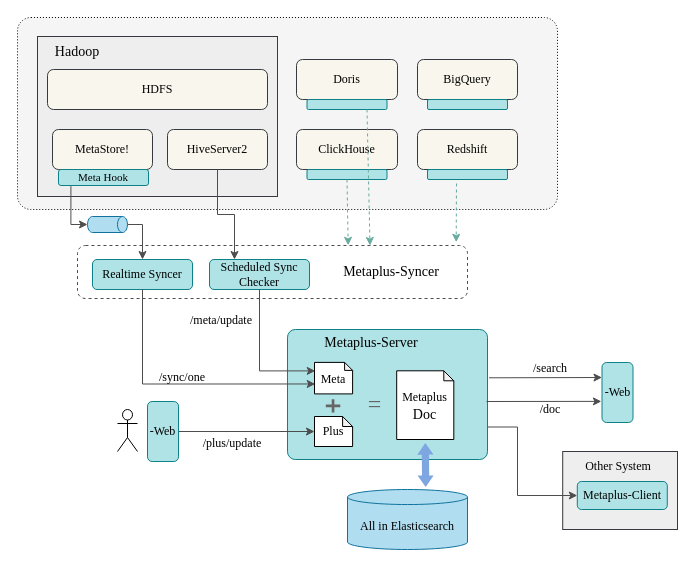
The draw.io diagram draws/metaplus_arch.drawio in hannyu/metaplus.plus, before the edit. Source tidied: cells renumbered, new cells numbered last; positions are measured from the earlier drawing's top-left corner, leaving out a move shared by most shapes. Both pictures are drawn from the tidied source at 100%, with x=0, y=0 at pixel (17, 17).
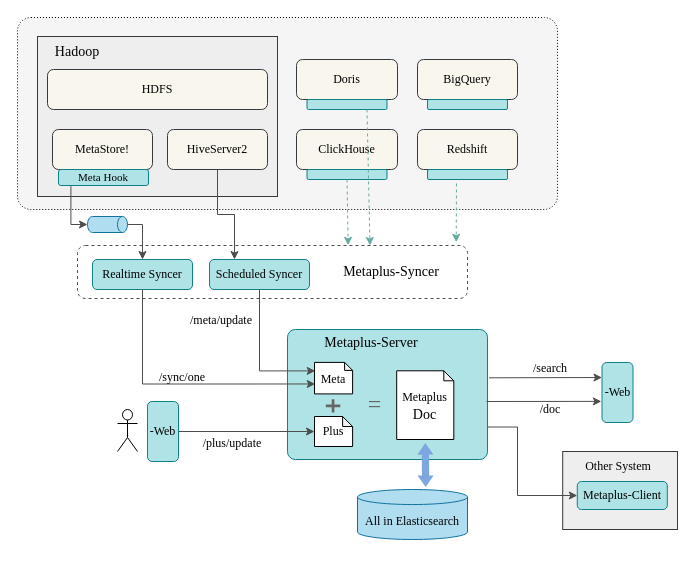
The same page after the edit.

What changed in the source:
```diff
@@
-    <mxCell id="14" value="Scheduled Sync Checker" style="rounded=1;whiteSpace=wrap;html=1;fillColor=#b0e3e6;strokeColor=#0e8088;fontFamily=Times New Roman;" parent="1" vertex="1">
+    <mxCell id="14" value="Scheduled Syncer" style="rounded=1;whiteSpace=wrap;html=1;fillColor=#b0e3e6;strokeColor=#0e8088;fontFamily=Times New Roman;" parent="1" vertex="1">
       <mxGeometry x="192" y="242" width="100" height="30" as="geometry" />
     </mxCell>
@@
     <mxCell id="41" value="All in Elasticsearch" style="shape=cylinder3;whiteSpace=wrap;html=1;boundedLbl=1;backgroundOutline=1;size=7.521739130434753;fillColor=#b1ddf0;strokeColor=#10739e;fontFamily=Times New Roman;" parent="1" vertex="1">
-      <mxGeometry x="330" y="472" width="120" height="60" as="geometry" />
+      <mxGeometry x="340" y="472" width="110" height="50" as="geometry" />
     </mxCell>
```
